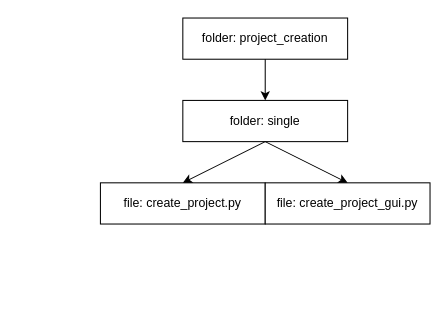
go-enov/diagrams keeps this draw.io diagram as CreateProjectFromDir.drawio. Above is the earlier version. Source tidied: cells renumbered, new cells numbered last; positions are measured from the earlier drawing's top-left corner, leaving out a move shared by most shapes. Both pictures are drawn from the tidied source at 103%, with x=0, y=0 at pixel (100, 18).
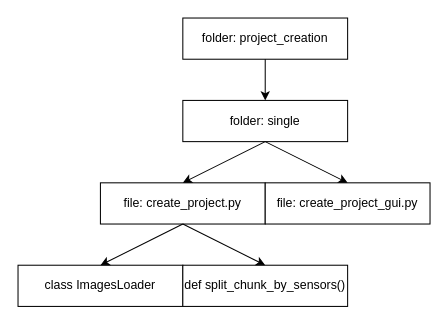
Above is the later version.

The edit, as a diff of the source:
```diff
@@
 <mxGraphModel>
   <root>
     <mxCell id="0" />
     <mxCell id="1" parent="0" />
     <mxCell id="2" value="folder: project_creation" style="rounded=0;whiteSpace=wrap;html=1;" parent="1" vertex="1">
       <mxGeometry x="80" width="160" height="40" as="geometry" />
     </mxCell>
     <mxCell id="3" value="folder: single" style="rounded=0;whiteSpace=wrap;html=1;" parent="1" vertex="1">
       <mxGeometry x="80" y="80" width="160" height="40" as="geometry" />
     </mxCell>
     <mxCell id="4" style="endArrow=classic;html=1;rounded=0;exitX=0.5;exitY=1;exitDx=0;exitDy=0;entryX=0.5;entryY=0;entryDx=0;entryDy=0;" parent="1" edge="1" source="2" target="3">
       <mxGeometry relative="1" as="geometry" />
     </mxCell>
     <mxCell id="5" value="file: create_project.py" style="rounded=0;whiteSpace=wrap;html=1;" parent="1" vertex="1">
       <mxGeometry y="160" width="160" height="40" as="geometry" />
     </mxCell>
     <mxCell id="6" style="endArrow=classic;html=1;rounded=0;exitX=0.5;exitY=1;exitDx=0;exitDy=0;entryX=0.5;entryY=0;entryDx=0;entryDy=0;" parent="1" edge="1" source="3" target="5">
       <mxGeometry relative="1" as="geometry" />
     </mxCell>
     <mxCell id="7" value="file: create_project_gui.py" style="rounded=0;whiteSpace=wrap;html=1;" parent="1" vertex="1">
       <mxGeometry x="160" y="160" width="160" height="40" as="geometry" />
     </mxCell>
     <mxCell id="8" style="endArrow=classic;html=1;rounded=0;exitX=0.5;exitY=1;exitDx=0;exitDy=0;entryX=0.5;entryY=0;entryDx=0;entryDy=0;" parent="1" edge="1" source="3" target="7">
       <mxGeometry relative="1" as="geometry" />
     </mxCell>
+    <mxCell id="9" value="class ImagesLoader" style="rounded=0;whiteSpace=wrap;html=1;" parent="1" vertex="1">
+      <mxGeometry x="-80" y="240" width="160" height="40" as="geometry" />
+    </mxCell>
+    <mxCell id="10" style="endArrow=classic;html=1;rounded=0;exitX=0.5;exitY=1;exitDx=0;exitDy=0;entryX=0.5;entryY=0;entryDx=0;entryDy=0;" parent="1" edge="1" source="5" target="9">
+      <mxGeometry relative="1" as="geometry" />
+    </mxCell>
+    <mxCell id="11" value="def split_chunk_by_sensors()" style="rounded=0;whiteSpace=wrap;html=1;" parent="1" vertex="1">
+      <mxGeometry x="80" y="240" width="160" height="40" as="geometry" />
+    </mxCell>
+    <mxCell id="12" style="endArrow=classic;html=1;rounded=0;exitX=0.5;exitY=1;exitDx=0;exitDy=0;entryX=0.5;entryY=0;entryDx=0;entryDy=0;" parent="1" edge="1" source="5" target="11">
+      <mxGeometry relative="1" as="geometry" />
+    </mxCell>
   </root>
 </mxGraphModel>
```
